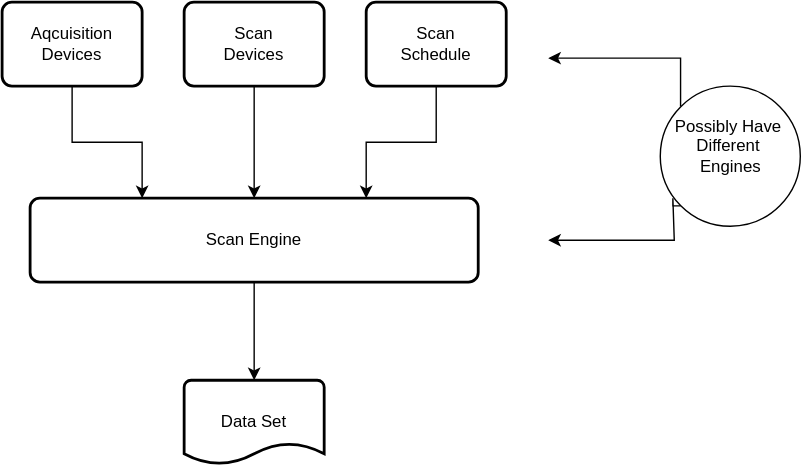
Earlier version of the draw.io export Overall_Flow.drawio.svg (olssonks/baecon). Source tidied: cells renumbered, new cells last; positions are measured from the earlier drawing's top-left corner, leaving out a move shared by most shapes.
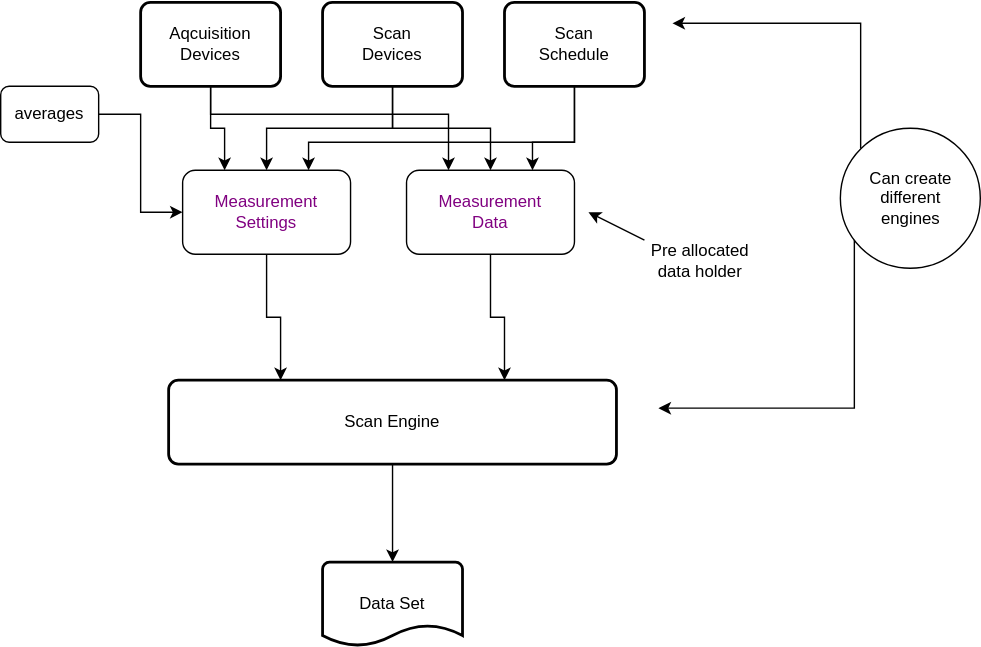
After the commit.

Diff of the diagram source:
```diff
@@ -2,54 +2,106 @@
   <root>
     <mxCell id="0" />
     <mxCell id="1" parent="0" />
-    <mxCell id="2" style="edgeStyle=orthogonalEdgeStyle;rounded=0;jettySize=auto;html=1;exitX=0.5;exitY=1;exitDx=0;exitDy=0;entryX=0.25;entryY=0;entryDx=0;entryDy=0;" parent="1" edge="1" source="3" target="9">
-      <mxGeometry relative="1" as="geometry" />
-    </mxCell>
+    <mxCell id="14" style="edgeStyle=orthogonalEdgeStyle;rounded=0;jettySize=auto;html=1;entryX=0.25;entryY=0;entryDx=0;entryDy=0;" parent="1" edge="1" source="3" target="23">
+      <mxGeometry relative="1" as="geometry" />
+    </mxCell>
+    <mxCell id="15" style="edgeStyle=orthogonalEdgeStyle;rounded=0;jettySize=auto;html=1;exitX=0.5;exitY=1;exitDx=0;exitDy=0;entryX=0.25;entryY=0;entryDx=0;entryDy=0;" parent="1" edge="1" source="3" target="25">
+      <mxGeometry relative="1" as="geometry">
+        <Array as="points">
+          <mxPoint x="145" y="50" />
+          <mxPoint x="315" y="50" />
+        </Array>
+      </mxGeometry>
+    </mxCell>
     <mxCell id="3" value="Aqcuisition Devices" style="rounded=1;whiteSpace=wrap;html=1;absoluteArcSize=1;arcSize=14;strokeWidth=2;" parent="1" vertex="1">
-      <mxGeometry width="100" height="60" as="geometry" />
+      <mxGeometry x="95" y="-30" width="100" height="60" as="geometry" />
     </mxCell>
-    <mxCell id="4" style="edgeStyle=orthogonalEdgeStyle;rounded=0;jettySize=auto;html=1;" parent="1" edge="1" source="5" target="9">
-      <mxGeometry relative="1" as="geometry" />
-    </mxCell>
+    <mxCell id="16" style="edgeStyle=orthogonalEdgeStyle;rounded=0;jettySize=auto;html=1;" parent="1" edge="1" source="5" target="25">
+      <mxGeometry relative="1" as="geometry" />
+    </mxCell>
+    <mxCell id="17" style="edgeStyle=orthogonalEdgeStyle;rounded=0;jettySize=auto;html=1;exitX=0.5;exitY=1;exitDx=0;exitDy=0;entryX=0.5;entryY=0;entryDx=0;entryDy=0;" parent="1" edge="1" source="5" target="23">
+      <mxGeometry relative="1" as="geometry" />
+    </mxCell>
     <mxCell id="5" value="&lt;div&gt;Scan&lt;/div&gt;&lt;div&gt;Devices&lt;br&gt;&lt;/div&gt;" style="rounded=1;whiteSpace=wrap;html=1;absoluteArcSize=1;arcSize=14;strokeWidth=2;" parent="1" vertex="1">
-      <mxGeometry x="130" width="100" height="60" as="geometry" />
+      <mxGeometry x="225" y="-30" width="100" height="60" as="geometry" />
     </mxCell>
-    <mxCell id="6" style="edgeStyle=orthogonalEdgeStyle;rounded=0;jettySize=auto;html=1;exitX=0.5;exitY=1;exitDx=0;exitDy=0;entryX=0.75;entryY=0;entryDx=0;entryDy=0;" parent="1" edge="1" source="7" target="9">
-      <mxGeometry relative="1" as="geometry" />
-    </mxCell>
+    <mxCell id="18" style="edgeStyle=orthogonalEdgeStyle;rounded=0;jettySize=auto;html=1;exitX=0.5;exitY=1;exitDx=0;exitDy=0;entryX=0.75;entryY=0;entryDx=0;entryDy=0;" parent="1" edge="1" source="7" target="23">
+      <mxGeometry relative="1" as="geometry">
+        <Array as="points">
+          <mxPoint x="405" y="70" />
+          <mxPoint x="215" y="70" />
+        </Array>
+      </mxGeometry>
+    </mxCell>
+    <mxCell id="19" style="edgeStyle=orthogonalEdgeStyle;rounded=0;jettySize=auto;html=1;exitX=0.5;exitY=1;exitDx=0;exitDy=0;entryX=0.75;entryY=0;entryDx=0;entryDy=0;" parent="1" edge="1" source="7" target="25">
+      <mxGeometry relative="1" as="geometry">
+        <Array as="points">
+          <mxPoint x="405" y="70" />
+          <mxPoint x="375" y="70" />
+        </Array>
+      </mxGeometry>
+    </mxCell>
     <mxCell id="7" value="&lt;div&gt;Scan&lt;/div&gt;&lt;div&gt;Schedule&lt;br&gt;&lt;/div&gt;" style="rounded=1;whiteSpace=wrap;html=1;absoluteArcSize=1;arcSize=14;strokeWidth=2;" parent="1" vertex="1">
-      <mxGeometry x="260" width="100" height="60" as="geometry" />
+      <mxGeometry x="355" y="-30" width="100" height="60" as="geometry" />
     </mxCell>
     <mxCell id="8" style="edgeStyle=orthogonalEdgeStyle;rounded=0;jettySize=auto;html=1;" parent="1" edge="1" source="9" target="10">
       <mxGeometry relative="1" as="geometry" />
     </mxCell>
     <mxCell id="9" value="Scan Engine" style="rounded=1;whiteSpace=wrap;html=1;absoluteArcSize=1;arcSize=14;strokeWidth=2;" parent="1" vertex="1">
-      <mxGeometry x="20" y="140" width="320" height="60" as="geometry" />
+      <mxGeometry x="115" y="240" width="320" height="60" as="geometry" />
     </mxCell>
     <mxCell id="10" value="Data Set" style="strokeWidth=2;html=1;shape=mxgraph.flowchart.document2;whiteSpace=wrap;size=0.25;" parent="1" vertex="1">
-      <mxGeometry x="130" y="270" width="100" height="60" as="geometry" />
+      <mxGeometry x="225" y="370" width="100" height="60" as="geometry" />
     </mxCell>
     <mxCell id="11" style="edgeStyle=orthogonalEdgeStyle;rounded=0;jettySize=auto;html=1;exitX=0.145;exitY=0.855;exitDx=0;exitDy=0;exitPerimeter=0;" parent="1" edge="1" source="13">
       <mxGeometry relative="1" as="geometry">
-        <mxPoint x="390" y="170" as="targetPoint" />
+        <mxPoint x="465" y="260" as="targetPoint" />
         <Array as="points">
-          <mxPoint x="479" y="140" />
-          <mxPoint x="480" y="140" />
-          <mxPoint x="480" y="170" />
+          <mxPoint x="604" y="91" />
+          <mxPoint x="604" y="85" />
+          <mxPoint x="605" y="85" />
+          <mxPoint x="605" y="260" />
         </Array>
       </mxGeometry>
     </mxCell>
     <mxCell id="12" style="edgeStyle=orthogonalEdgeStyle;rounded=0;jettySize=auto;html=1;exitX=0.145;exitY=0.145;exitDx=0;exitDy=0;exitPerimeter=0;" parent="1" edge="1" source="13">
       <mxGeometry relative="1" as="geometry">
-        <mxPoint x="390" y="40" as="targetPoint" />
+        <mxPoint x="475" y="-15" as="targetPoint" />
         <Array as="points">
-          <mxPoint x="479" y="40" />
-          <mxPoint x="370" y="40" />
+          <mxPoint x="604" y="-15" />
+          <mxPoint x="495" y="-15" />
         </Array>
       </mxGeometry>
     </mxCell>
-    <mxCell id="13" value="&lt;div&gt;Possibly Have&amp;nbsp;&lt;/div&gt;&lt;div&gt;Different&amp;nbsp;&lt;/div&gt;&lt;div&gt;Engines&lt;/div&gt;&lt;div&gt;&lt;br&gt;&lt;/div&gt;" style="verticalLabelPosition=middle;verticalAlign=middle;html=1;shape=mxgraph.flowchart.on-page_reference;labelPosition=center;align=center;" parent="1" vertex="1">
-      <mxGeometry x="470" y="60" width="100" height="100" as="geometry" />
+    <mxCell id="13" value="&lt;div&gt;Can create&lt;/div&gt;&lt;div&gt;different &lt;br&gt;&lt;/div&gt;&lt;div&gt;engines&lt;/div&gt;" style="verticalLabelPosition=middle;verticalAlign=middle;html=1;shape=mxgraph.flowchart.on-page_reference;labelPosition=center;align=center;" parent="1" vertex="1">
+      <mxGeometry x="595" y="60" width="100" height="100" as="geometry" />
     </mxCell>
+    <mxCell id="20" style="edgeStyle=orthogonalEdgeStyle;rounded=0;jettySize=auto;html=1;exitX=1;exitY=0.5;exitDx=0;exitDy=0;entryX=0;entryY=0.5;entryDx=0;entryDy=0;" parent="1" edge="1" source="21" target="23">
+      <mxGeometry relative="1" as="geometry" />
+    </mxCell>
+    <mxCell id="21" value="averages" style="rounded=1;whiteSpace=wrap;html=1;" parent="1" vertex="1">
+      <mxGeometry x="-5" y="30" width="70" height="40" as="geometry" />
+    </mxCell>
+    <mxCell id="22" style="edgeStyle=orthogonalEdgeStyle;rounded=0;jettySize=auto;html=1;exitX=0.5;exitY=1;exitDx=0;exitDy=0;entryX=0.25;entryY=0;entryDx=0;entryDy=0;" parent="1" edge="1" source="23" target="9">
+      <mxGeometry relative="1" as="geometry" />
+    </mxCell>
+    <mxCell id="23" value="&lt;div&gt;&lt;font color=&quot;#800080&quot;&gt;Measurement&lt;/font&gt;&lt;/div&gt;&lt;div&gt;&lt;font color=&quot;#800080&quot;&gt;Settings&lt;br&gt;&lt;/font&gt;&lt;/div&gt;" style="rounded=1;whiteSpace=wrap;html=1;" parent="1" vertex="1">
+      <mxGeometry x="125" y="90" width="120" height="60" as="geometry" />
+    </mxCell>
+    <mxCell id="24" style="edgeStyle=orthogonalEdgeStyle;rounded=0;jettySize=auto;html=1;entryX=0.75;entryY=0;entryDx=0;entryDy=0;" parent="1" edge="1" source="25" target="9">
+      <mxGeometry relative="1" as="geometry" />
+    </mxCell>
+    <mxCell id="25" value="&lt;div&gt;&lt;font color=&quot;#800080&quot;&gt;Measurement&lt;/font&gt;&lt;/div&gt;&lt;div&gt;&lt;font color=&quot;#800080&quot;&gt;Data&lt;br&gt;&lt;/font&gt;&lt;/div&gt;" style="rounded=1;whiteSpace=wrap;html=1;" parent="1" vertex="1">
+      <mxGeometry x="285" y="90" width="120" height="60" as="geometry" />
+    </mxCell>
+    <mxCell id="26" value="Pre allocated data holder" style="text;html=1;strokeColor=none;fillColor=none;align=center;verticalAlign=middle;whiteSpace=wrap;rounded=0;" parent="1" vertex="1">
+      <mxGeometry x="455" y="140" width="80" height="30" as="geometry" />
+    </mxCell>
+    <mxCell id="27" style="endArrow=classic;html=1;rounded=0;" parent="1" edge="1">
+      <mxGeometry relative="1" as="geometry">
+        <mxPoint x="455" y="140" as="sourcePoint" />
+        <mxPoint x="415" y="120" as="targetPoint" />
+      </mxGeometry>
+    </mxCell>
   </root>
 </mxGraphModel>
```
